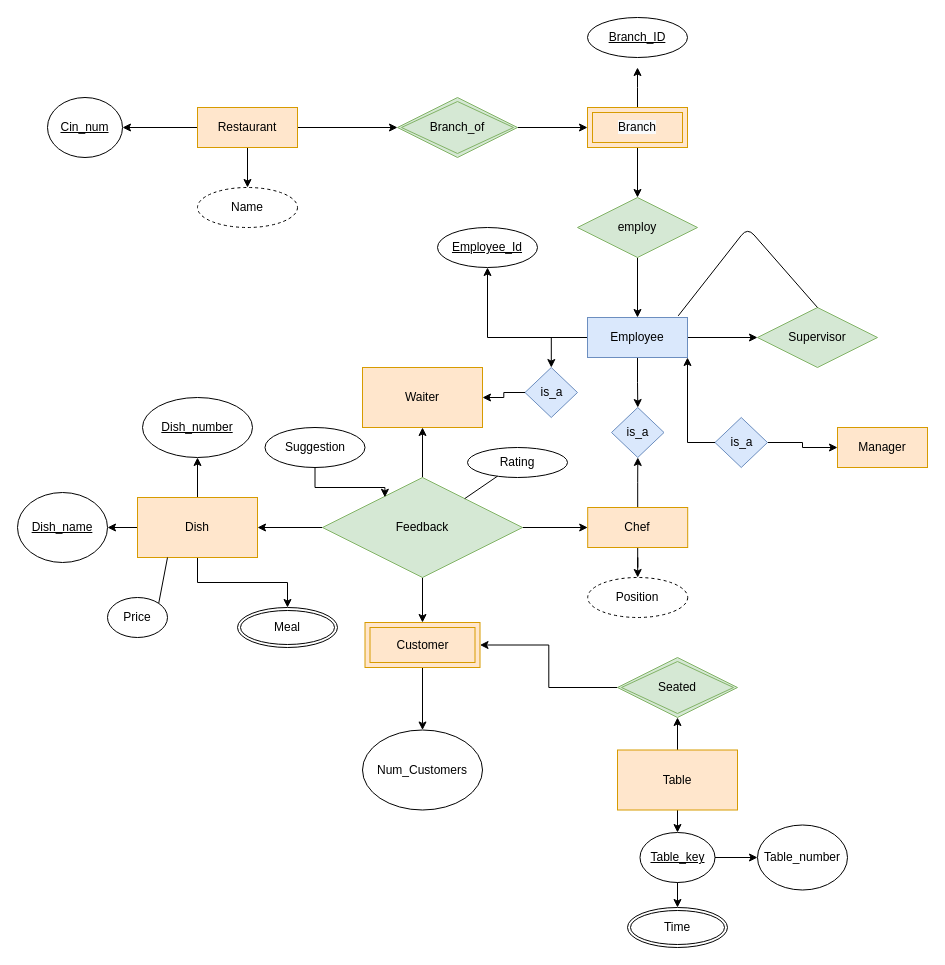
Above: Restaurant Ratings.drawio in sarthaka1310/DAA (draw.io), before the change. Source tidied: cells renumbered, new cells numbered last; positions are measured from the earlier drawing's top-left corner, leaving out a move shared by most shapes. Both pictures are drawn from the tidied source at 100%, with x=0, y=0 at pixel (17, 17).
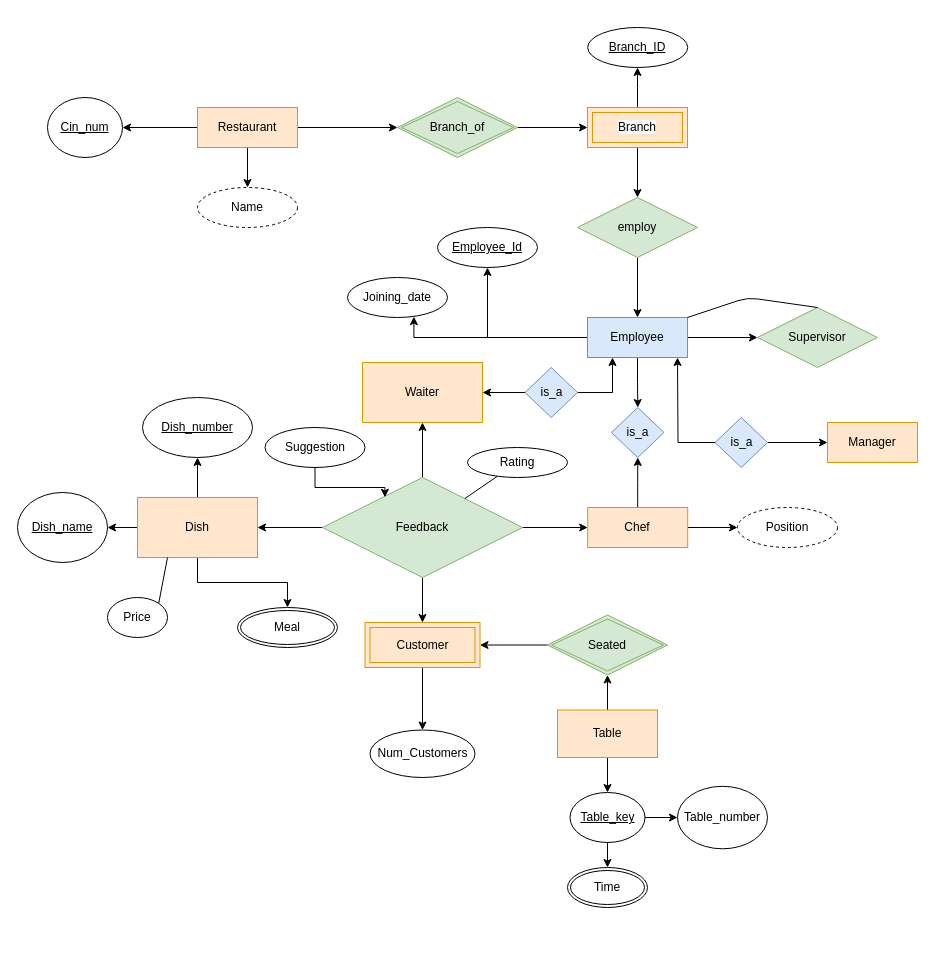
The same page after the edit.

Unchanged cells that the change refers to:
```xml
<mxCell id="23" value="Employee" style="whiteSpace=wrap;html=1;align=center;fillColor=#dae8fc;strokeColor=#6c8ebf;" parent="1" vertex="1">
  <mxGeometry x="570" y="300" width="100" height="40" as="geometry" />
</mxCell>
<mxCell id="55" value="Supervisor" style="shape=rhombus;perimeter=rhombusPerimeter;whiteSpace=wrap;html=1;align=center;fillColor=#d5e8d4;strokeColor=#82b366;" parent="1" vertex="1">
  <mxGeometry x="740" y="290" width="120" height="60" as="geometry" />
</mxCell>
<mxCell id="58" value="is_a" style="rhombus;whiteSpace=wrap;html=1;fillColor=#dae8fc;strokeColor=#6c8ebf;" parent="1" vertex="1">
  <mxGeometry x="507.5" y="350" width="52.5" height="50" as="geometry" />
</mxCell>
<mxCell id="63" value="is_a" style="rhombus;whiteSpace=wrap;html=1;fillColor=#dae8fc;strokeColor=#6c8ebf;" parent="1" vertex="1">
  <mxGeometry x="697.5" y="400" width="52.5" height="50" as="geometry" />
</mxCell>
```

What changed in the source:
```diff
@@
     <mxCell id="12" value="Table" style="whiteSpace=wrap;html=1;fillColor=#ffe6cc;strokeColor=#d79b00;" parent="1" vertex="1">
-      <mxGeometry x="600" y="732.5" width="120" height="60" as="geometry" />
+      <mxGeometry x="540" y="692.5" width="100" height="47.5" as="geometry" />
     </mxCell>
@@
     <mxCell id="17" value="Waiter" style="whiteSpace=wrap;html=1;fillColor=#ffe6cc;strokeColor=#d79b00;" parent="1" vertex="1">
-      <mxGeometry x="345" y="350" width="120" height="60" as="geometry" />
+      <mxGeometry x="345" y="345" width="120" height="60" as="geometry" />
     </mxCell>
@@
-    <mxCell id="21" style="edgeStyle=orthogonalEdgeStyle;rounded=0;jettySize=auto;html=1;" parent="1" edge="1" source="23" target="58">
+    <mxCell id="21" style="edgeStyle=orthogonalEdgeStyle;rounded=0;jettySize=auto;html=1;entryX=0.664;entryY=0.978;entryDx=0;entryDy=0;entryPerimeter=0;" parent="1" edge="1" source="23" target="68">
       <mxGeometry relative="1" as="geometry" />
     </mxCell>
@@
     <mxCell id="26" value="Table_key" style="ellipse;whiteSpace=wrap;html=1;fillColor=none;fontStyle=4;" parent="1" vertex="1">
-      <mxGeometry x="622.5" y="815" width="75" height="50" as="geometry" />
+      <mxGeometry x="552.5" y="775" width="75" height="50" as="geometry" />
     </mxCell>
@@
     <mxCell id="29" value="Table_number" style="ellipse;whiteSpace=wrap;html=1;fillColor=none;" parent="1" vertex="1">
-      <mxGeometry x="740" y="807.5" width="90" height="65" as="geometry" />
+      <mxGeometry x="660" y="768.8" width="90" height="62.5" as="geometry" />
     </mxCell>
@@
     <mxCell id="31" value="Position" style="ellipse;whiteSpace=wrap;html=1;align=center;dashed=1;" parent="1" vertex="1">
-      <mxGeometry x="570.2" y="560" width="100" height="40" as="geometry" />
+      <mxGeometry x="720" y="490" width="100" height="40" as="geometry" />
     </mxCell>
@@
     <mxCell id="34" value="&lt;span&gt;Num_Customers&lt;/span&gt;" style="ellipse;whiteSpace=wrap;html=1;" parent="1" vertex="1">
-      <mxGeometry x="345" y="712.5" width="120" height="80" as="geometry" />
+      <mxGeometry x="352.5" y="712.5" width="105" height="47.5" as="geometry" />
     </mxCell>
@@
     <mxCell id="49" value="Seated" style="shape=rhombus;double=1;perimeter=rhombusPerimeter;whiteSpace=wrap;html=1;align=center;fillColor=#d5e8d4;strokeColor=#82b366;" parent="1" vertex="1">
-      <mxGeometry x="600" y="640" width="120" height="60" as="geometry" />
+      <mxGeometry x="530" y="597.5" width="120" height="60" as="geometry" />
     </mxCell>
@@
     <mxCell id="51" value="Time" style="ellipse;shape=doubleEllipse;margin=3;whiteSpace=wrap;html=1;align=center;" parent="1" vertex="1">
-      <mxGeometry x="610" y="890" width="100" height="40" as="geometry" />
+      <mxGeometry x="550" y="850" width="80" height="40" as="geometry" />
     </mxCell>
@@
+    <mxCell id="67" style="edgeStyle=orthogonalEdgeStyle;rounded=0;jettySize=auto;html=1;entryX=0.25;entryY=1;entryDx=0;entryDy=0;" parent="1" edge="1" source="58" target="23">
+      <mxGeometry relative="1" as="geometry" />
+    </mxCell>
@@
-    <mxCell id="59" style="endArrow=none;html=1;exitX=0.907;exitY=-0.041;exitDx=0;exitDy=0;entryX=0.5;entryY=0;entryDx=0;entryDy=0;exitPerimeter=0;" parent="1" edge="1" source="23" target="55">
+    <mxCell id="59" style="endArrow=none;html=1;exitX=1;exitY=0;exitDx=0;exitDy=0;entryX=0.5;entryY=0;entryDx=0;entryDy=0;" parent="1" edge="1" source="23" target="55">
       <mxGeometry relative="1" as="geometry">
         <Array as="points">
-          <mxPoint x="730" y="210" />
+          <mxPoint x="730" y="280" />
         </Array>
       </mxGeometry>
     </mxCell>
     <mxCell id="60" value="Manager" style="rounded=0;whiteSpace=wrap;html=1;fillColor=#ffe6cc;strokeColor=#d79b00;" parent="1" vertex="1">
-      <mxGeometry x="820" y="410" width="90" height="40" as="geometry" />
+      <mxGeometry x="810" y="405" width="90" height="40" as="geometry" />
     </mxCell>
@@
-    <mxCell id="62" style="edgeStyle=orthogonalEdgeStyle;rounded=0;jettySize=auto;html=1;entryX=1;entryY=1;entryDx=0;entryDy=0;" parent="1" edge="1" source="63" target="23">
-      <mxGeometry relative="1" as="geometry" />
+    <mxCell id="62" style="edgeStyle=orthogonalEdgeStyle;rounded=0;jettySize=auto;html=1;" parent="1" edge="1" source="63">
+      <mxGeometry relative="1" as="geometry">
+        <mxPoint x="660" y="340" as="targetPoint" />
+      </mxGeometry>
     </mxCell>
@@
     <mxCell id="66" value="Branch_ID" style="ellipse;whiteSpace=wrap;html=1;align=center;fontStyle=4;" parent="1" vertex="1">
-      <mxGeometry x="570" width="100" height="40" as="geometry" />
+      <mxGeometry x="570.2" y="10" width="100" height="40" as="geometry" />
     </mxCell>
+    <mxCell id="68" value="Joining_date" style="ellipse;whiteSpace=wrap;html=1;align=center;" parent="1" vertex="1">
+      <mxGeometry x="330" y="260" width="100" height="40" as="geometry" />
+    </mxCell>
```
